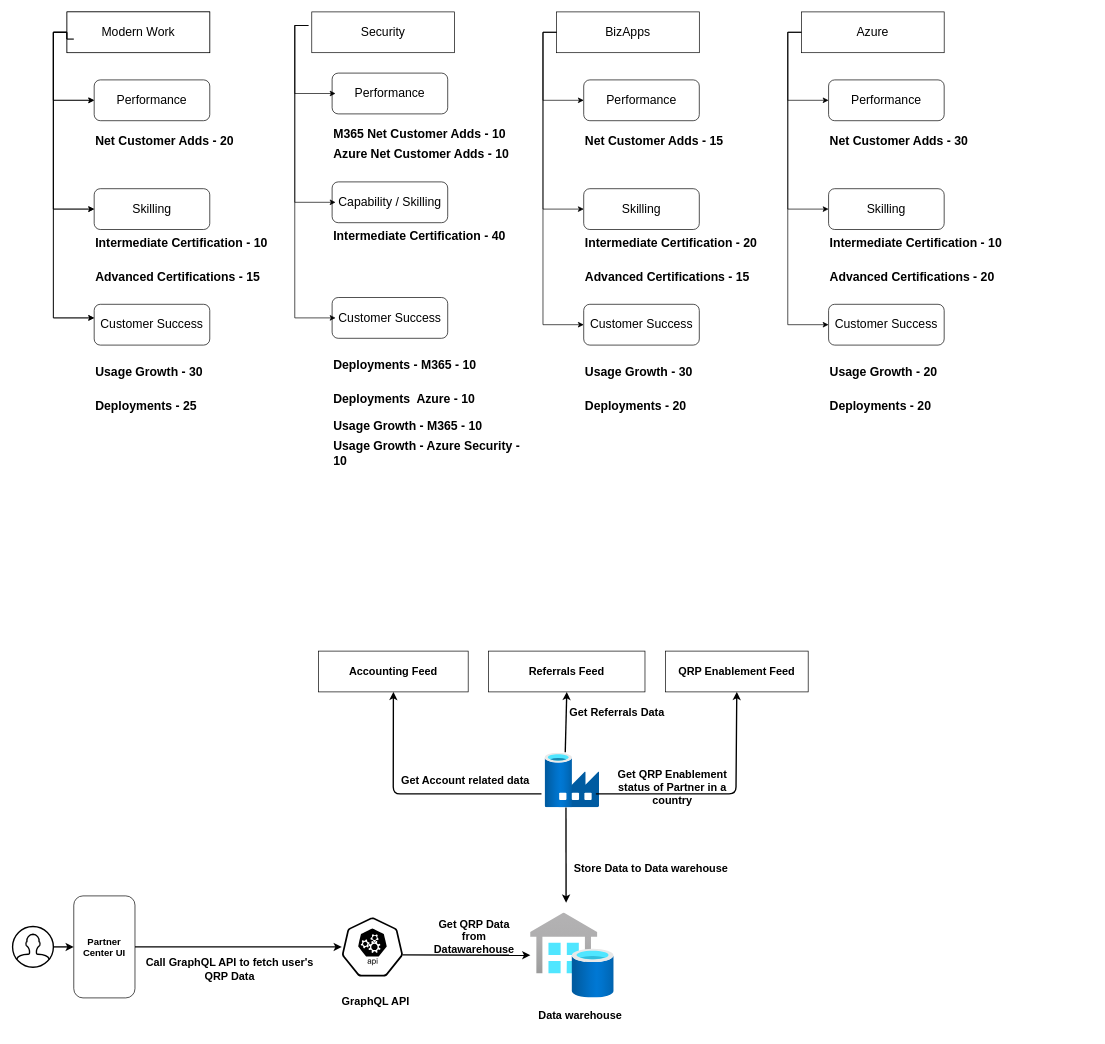
This is PCI.drawio from hrdk99/jgraph, a draw.io file, before an edit. Source tidied: cells renumbered, new cells numbered last; positions are measured from the earlier drawing's top-left corner, leaving out a move shared by most shapes. Both pictures are drawn from the tidied source at 68%, with x=0, y=0 at pixel (12, 12).
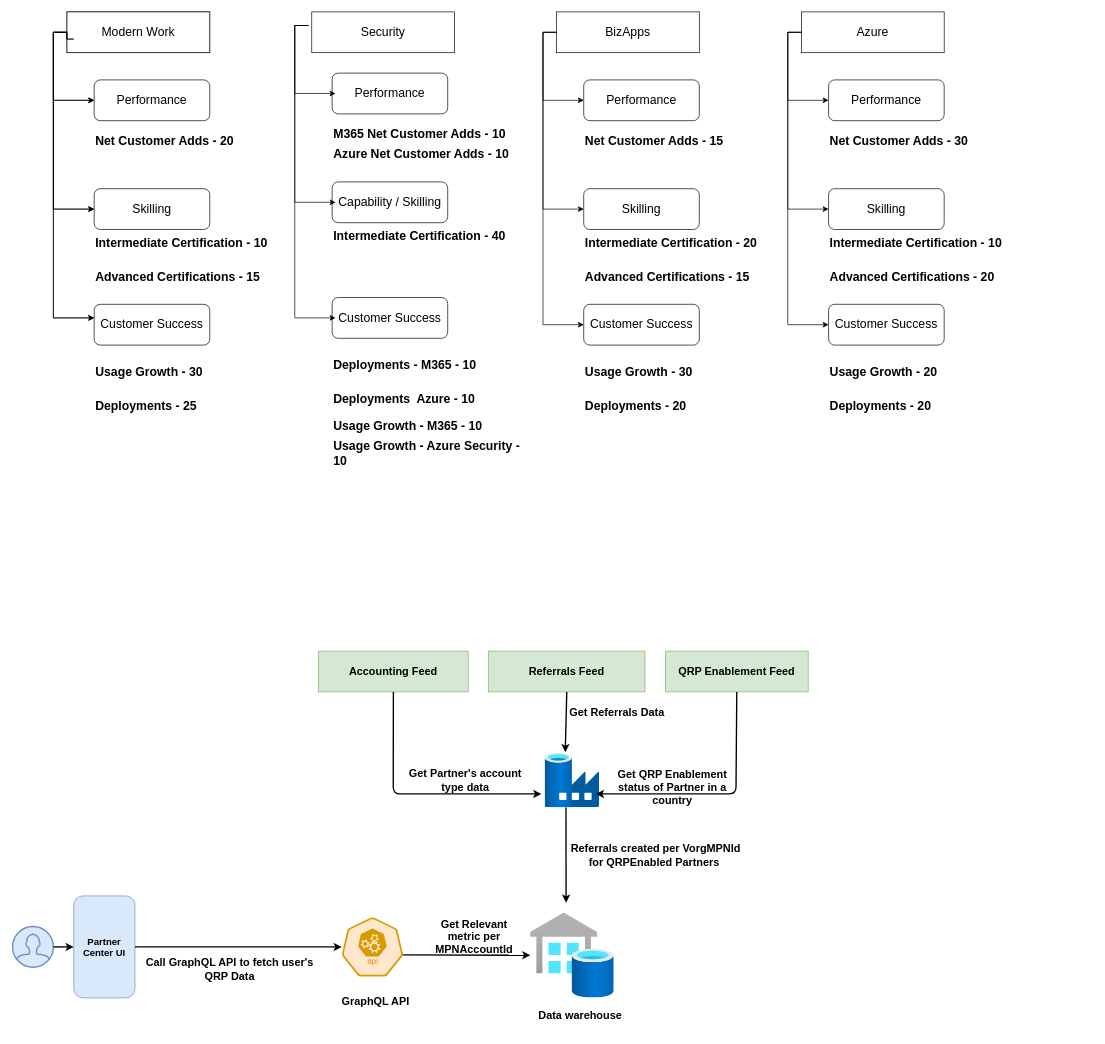
The same diagram, later.

Unchanged cells that the change refers to:
```xml
<mxCell id="62" style="html=1;points=[];align=center;image;fontSize=12;image=img/lib/azure2/databases/Data_Factory.svg;" parent="1" vertex="1">
  <mxGeometry x="783" y="1090" width="80" height="80" as="geometry" />
</mxCell>
```

The edit, as a diff of the source:
```diff
@@
-    <mxCell id="56" style="html=1;verticalLabelPosition=bottom;align=center;verticalAlign=top;strokeWidth=2;shadow=0;dashed=0;shape=mxgraph.ios7.icons.user;" parent="1" vertex="1">
+    <mxCell id="56" style="html=1;verticalLabelPosition=bottom;align=center;verticalAlign=top;strokeWidth=2;shadow=0;dashed=0;shape=mxgraph.ios7.icons.user;fillColor=#dae8fc;strokeColor=#6c8ebf;" parent="1" vertex="1">
       <mxGeometry y="1345" width="60" height="60" as="geometry" />
     </mxCell>
-    <mxCell id="57" value="&lt;font style=&quot;font-size: 14px&quot;&gt;&lt;b&gt;Partner Center UI&lt;/b&gt;&lt;/font&gt;" style="rounded=1;whiteSpace=wrap;html=1;" parent="1" vertex="1">
+    <mxCell id="57" value="&lt;font style=&quot;font-size: 14px&quot;&gt;&lt;b&gt;Partner Center UI&lt;/b&gt;&lt;/font&gt;" style="rounded=1;whiteSpace=wrap;html=1;fillColor=#dae8fc;strokeColor=#6c8ebf;" parent="1" vertex="1">
       <mxGeometry x="90" y="1300" width="90" height="150" as="geometry" />
     </mxCell>
@@
-    <mxCell id="59" style="sketch=0;html=1;dashed=0;whitespace=wrap;points=[[0.005,0.63,0],[0.1,0.2,0],[0.9,0.2,0],[0.5,0,0],[0.995,0.63,0],[0.72,0.99,0],[0.5,1,0],[0.28,0.99,0]];shape=mxgraph.kubernetes.icon;prIcon=api;" parent="1" vertex="1">
+    <mxCell id="59" style="sketch=0;html=1;dashed=0;whitespace=wrap;points=[[0.005,0.63,0],[0.1,0.2,0],[0.9,0.2,0],[0.5,0,0],[0.995,0.63,0],[0.72,0.99,0],[0.5,1,0],[0.28,0.99,0]];shape=mxgraph.kubernetes.icon;prIcon=api;fillColor=#ffe6cc;strokeColor=#d79b00;" parent="1" vertex="1">
       <mxGeometry x="484.2" y="1330" width="90" height="90" as="geometry" />
     </mxCell>
@@
-    <mxCell id="63" value="&lt;font style=&quot;font-size: 16px;&quot;&gt;Accounting Feed&lt;/font&gt;" style="rounded=0;whiteSpace=wrap;html=1;fontStyle=1;fontSize=16;" parent="1" vertex="1">
+    <mxCell id="63" value="&lt;font style=&quot;font-size: 16px;&quot;&gt;Accounting Feed&lt;/font&gt;" style="rounded=0;whiteSpace=wrap;html=1;fontStyle=1;fontSize=16;fillColor=#d5e8d4;strokeColor=#82b366;" parent="1" vertex="1">
       <mxGeometry x="450" y="940" width="220" height="60" as="geometry" />
     </mxCell>
-    <mxCell id="64" value="&lt;font style=&quot;font-size: 16px;&quot;&gt;Referrals Feed&lt;/font&gt;" style="rounded=0;whiteSpace=wrap;html=1;fontStyle=1;fontSize=16;" parent="1" vertex="1">
+    <mxCell id="64" value="&lt;font style=&quot;font-size: 16px;&quot;&gt;Referrals Feed&lt;/font&gt;" style="rounded=0;whiteSpace=wrap;html=1;fontStyle=1;fontSize=16;fillColor=#d5e8d4;strokeColor=#82b366;" parent="1" vertex="1">
       <mxGeometry x="700" y="940" width="230" height="60" as="geometry" />
     </mxCell>
-    <mxCell id="65" value="&lt;font style=&quot;font-size: 16px;&quot;&gt;QRP Enablement Feed&lt;/font&gt;" style="rounded=0;whiteSpace=wrap;html=1;fontStyle=1;fontSize=16;" parent="1" vertex="1">
+    <mxCell id="65" value="&lt;font style=&quot;font-size: 16px;&quot;&gt;QRP Enablement Feed&lt;/font&gt;" style="rounded=0;whiteSpace=wrap;html=1;fontStyle=1;fontSize=16;fillColor=#d5e8d4;strokeColor=#82b366;" parent="1" vertex="1">
       <mxGeometry x="960" y="940" width="210" height="60" as="geometry" />
     </mxCell>
@@
-    <mxCell id="71" value="Get Account related data" style="text;html=1;strokeColor=none;fillColor=none;align=center;verticalAlign=middle;whiteSpace=wrap;rounded=0;fontSize=16;fontStyle=1;" parent="1" vertex="1">
+    <mxCell id="71" value="Get Partner's account type data" style="text;html=1;strokeColor=none;fillColor=none;align=center;verticalAlign=middle;whiteSpace=wrap;rounded=0;fontSize=16;fontStyle=1;" parent="1" vertex="1">
       <mxGeometry x="570" y="1110" width="192" height="40" as="geometry" />
     </mxCell>
-    <mxCell id="72" value="&lt;span style=&quot;font-size: 16px;&quot;&gt;&lt;font style=&quot;font-size: 16px&quot;&gt;Store Data to Data warehouse&lt;/font&gt;&lt;/span&gt;" style="text;html=1;strokeColor=none;fillColor=none;align=center;verticalAlign=middle;whiteSpace=wrap;rounded=0;fontSize=16;fontStyle=1;" parent="1" vertex="1">
-      <mxGeometry x="811.3" y="1240" width="256" height="40" as="geometry" />
+    <mxCell id="72" value="&lt;span style=&quot;font-size: 16px&quot;&gt;&lt;font style=&quot;font-size: 16px&quot;&gt;Referrals created per VorgMPNId for QRPEnabled Partners&amp;nbsp;&lt;/font&gt;&lt;/span&gt;" style="text;html=1;strokeColor=none;fillColor=none;align=center;verticalAlign=middle;whiteSpace=wrap;rounded=0;fontSize=16;fontStyle=1;" parent="1" vertex="1">
+      <mxGeometry x="818" y="1220" width="256" height="40" as="geometry" />
     </mxCell>
-    <mxCell id="73" value="Get QRP Data from Datawarehouse" style="text;html=1;strokeColor=none;fillColor=none;align=center;verticalAlign=middle;whiteSpace=wrap;rounded=0;fontSize=16;fontStyle=1;" parent="1" vertex="1">
+    <mxCell id="73" value="Get Relevant metric per MPNAccountId" style="text;html=1;strokeColor=none;fillColor=none;align=center;verticalAlign=middle;whiteSpace=wrap;rounded=0;fontSize=16;fontStyle=1;" parent="1" vertex="1">
       <mxGeometry x="607.9" y="1340" width="142" height="40" as="geometry" />
     </mxCell>
@@
-    <mxCell id="75" style="endArrow=classic;html=1;rounded=1;sketch=0;curved=0;entryX=0.5;entryY=1;entryDx=0;entryDy=0;fontStyle=0;strokeWidth=2;" parent="1" edge="1" target="65">
+    <mxCell id="75" style="endArrow=none;html=1;rounded=1;sketch=0;curved=0;entryX=0.5;entryY=1;entryDx=0;entryDy=0;fontStyle=0;strokeWidth=2;endFill=0;startArrow=classic;startFill=1;" parent="1" edge="1" target="65">
       <mxGeometry relative="1" as="geometry">
         <mxPoint x="857.8" y="1150" as="sourcePoint" />
         <Array as="points">
           <mxPoint x="1063.8" y="1150" />
         </Array>
       </mxGeometry>
     </mxCell>
-    <mxCell id="76" style="endArrow=classic;html=1;rounded=1;sketch=0;curved=0;entryX=0.5;entryY=1;entryDx=0;entryDy=0;fontStyle=0;strokeWidth=2;" parent="1" edge="1" target="63">
+    <mxCell id="76" style="endArrow=none;html=1;rounded=1;sketch=0;curved=0;entryX=0.5;entryY=1;entryDx=0;entryDy=0;fontStyle=0;strokeWidth=2;startArrow=classic;startFill=1;endFill=0;" parent="1" edge="1" target="63">
       <mxGeometry relative="1" as="geometry">
         <mxPoint x="777.8" y="1150" as="sourcePoint" />
         <Array as="points">
           <mxPoint x="559.8" y="1150" />
         </Array>
       </mxGeometry>
     </mxCell>
-    <mxCell id="77" style="endArrow=classic;html=1;rounded=1;sketch=0;curved=0;exitX=0.372;exitY=-0.016;exitDx=0;exitDy=0;exitPerimeter=0;entryX=0.5;entryY=1;entryDx=0;entryDy=0;fontStyle=0;strokeWidth=2;" parent="1" edge="1" source="62" target="64">
+    <mxCell id="77" style="endArrow=none;html=1;rounded=1;sketch=0;curved=0;exitX=0.372;exitY=-0.016;exitDx=0;exitDy=0;exitPerimeter=0;entryX=0.5;entryY=1;entryDx=0;entryDy=0;fontStyle=0;strokeWidth=2;startArrow=classic;startFill=1;endFill=0;" parent="1" edge="1" source="62" target="64">
       <mxGeometry relative="1" as="geometry" />
     </mxCell>
```
